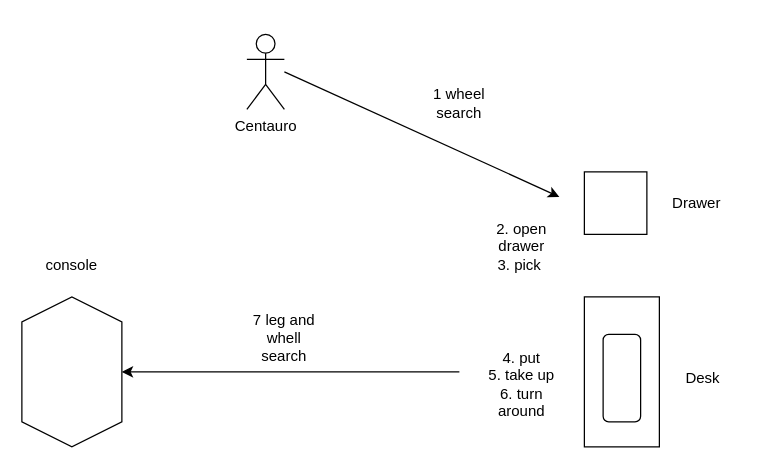
Above: long_task.drawio in muzi2018/centauro_long_task (draw.io), before the change. Source tidied: cells renumbered, new cells numbered last; positions are measured from the earlier drawing's top-left corner, leaving out a move shared by most shapes. Both pictures are drawn from the tidied source at 125%, with x=0, y=0 at pixel (-4, 34).
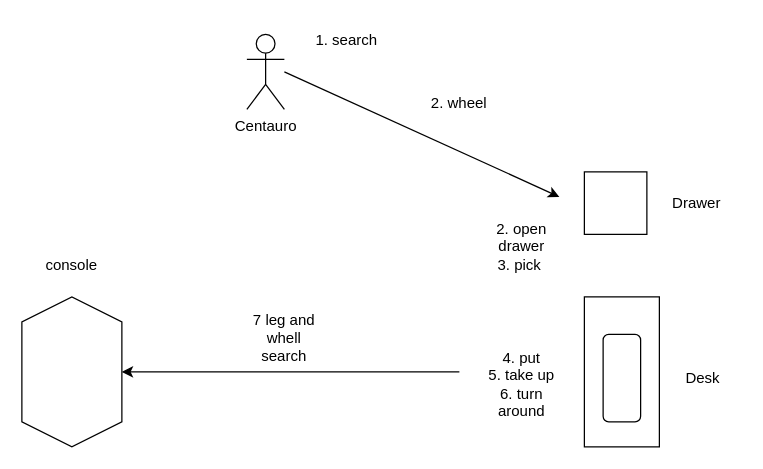
Above is the later version.

Change to the diagram source:
```diff
@@
-    <mxCell id="11" value="1 wheel search" style="text;html=1;strokeColor=none;fillColor=none;align=center;verticalAlign=middle;whiteSpace=wrap;rounded=0;" parent="1" vertex="1">
+    <mxCell id="11" value="2. wheel" style="text;html=1;strokeColor=none;fillColor=none;align=center;verticalAlign=middle;whiteSpace=wrap;rounded=0;" parent="1" vertex="1">
       <mxGeometry x="340" y="40" width="60" height="30" as="geometry" />
     </mxCell>
@@
+    <mxCell id="19" value="1. search" style="text;html=1;strokeColor=none;fillColor=none;align=center;verticalAlign=middle;whiteSpace=wrap;rounded=0;" parent="1" vertex="1">
+      <mxGeometry x="250" y="-10" width="60" height="30" as="geometry" />
+    </mxCell>
```
